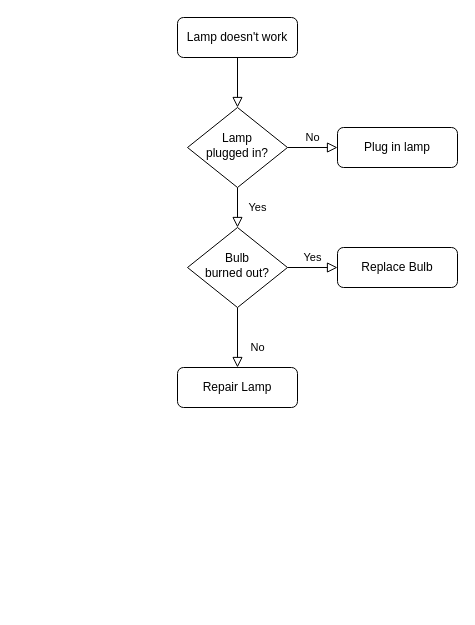
This is hangman.drawio from michaelp584/Misc-Reference-Scripts, a draw.io file, before an edit. Source tidied: cells renumbered, new cells numbered last; positions are measured from the earlier drawing's top-left corner, leaving out a move shared by most shapes. Both pictures are drawn from the tidied source at 100%, with x=0, y=0 at pixel (177, 17).
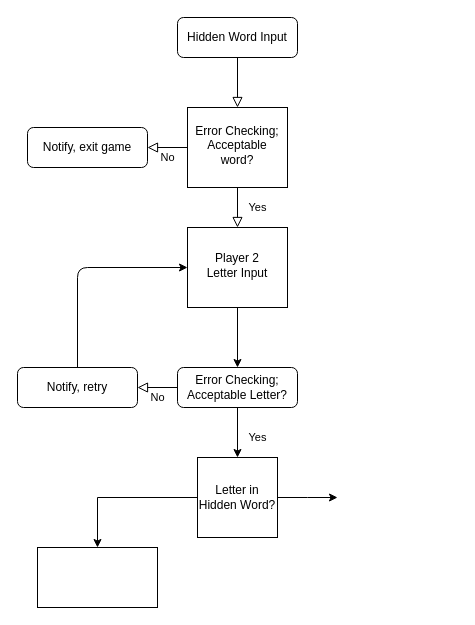
After the change.

The edit, as a diff of the source:
```diff
@@
-    <mxCell id="3" value="Lamp doesn't work" style="rounded=1;whiteSpace=wrap;html=1;fontSize=12;glass=0;strokeWidth=1;shadow=0;" parent="1" vertex="1">
+    <mxCell id="3" value="Hidden Word Input" style="rounded=1;whiteSpace=wrap;html=1;fontSize=12;glass=0;strokeWidth=1;shadow=0;" parent="1" vertex="1">
       <mxGeometry width="120" height="40" as="geometry" />
     </mxCell>
@@
-    <mxCell id="6" value="Lamp&lt;br&gt;plugged in?" style="rhombus;whiteSpace=wrap;html=1;shadow=0;fontFamily=Helvetica;fontSize=12;align=center;strokeWidth=1;spacing=6;spacingTop=-4;" parent="1" vertex="1">
+    <mxCell id="6" value="Error Checking; Acceptable word?" style="square;whiteSpace=wrap;html=1;shadow=0;fontFamily=Helvetica;fontSize=12;align=center;strokeWidth=1;spacing=6;spacingTop=-4;" parent="1" vertex="1">
       <mxGeometry x="10" y="90" width="100" height="80" as="geometry" />
     </mxCell>
-    <mxCell id="7" value="Plug in lamp" style="rounded=1;whiteSpace=wrap;html=1;fontSize=12;glass=0;strokeWidth=1;shadow=0;" parent="1" vertex="1">
-      <mxGeometry x="160" y="110" width="120" height="40" as="geometry" />
+    <mxCell id="7" value="Notify, exit game" style="rounded=1;whiteSpace=wrap;html=1;fontSize=12;glass=0;strokeWidth=1;shadow=0;" parent="1" vertex="1">
+      <mxGeometry x="-150" y="110" width="120" height="40" as="geometry" />
     </mxCell>
-    <mxCell id="8" value="No" style="rounded=0;html=1;jettySize=auto;fontSize=11;endArrow=block;endFill=0;endSize=8;strokeWidth=1;shadow=0;labelBackgroundColor=none;edgeStyle=orthogonalEdgeStyle;" parent="1" edge="1" source="10" target="11">
-      <mxGeometry x="0.33" y="20" relative="1" as="geometry" />
-    </mxCell>
-    <mxCell id="9" value="Yes" style="edgeStyle=orthogonalEdgeStyle;rounded=0;html=1;jettySize=auto;fontSize=11;endArrow=block;endFill=0;endSize=8;strokeWidth=1;shadow=0;labelBackgroundColor=none;" parent="1" edge="1" source="10" target="12">
-      <mxGeometry y="10" relative="1" as="geometry" />
-    </mxCell>
-    <mxCell id="10" value="Bulb&lt;br&gt;burned out?" style="rhombus;whiteSpace=wrap;html=1;shadow=0;fontFamily=Helvetica;fontSize=12;align=center;strokeWidth=1;spacing=6;spacingTop=-4;" parent="1" vertex="1">
+    <mxCell id="10" value="&lt;div&gt;Player 2&lt;/div&gt;&lt;div&gt;Letter Input&lt;br&gt;&lt;/div&gt;" style="square;whiteSpace=wrap;html=1;shadow=0;fontFamily=Helvetica;fontSize=12;align=center;strokeWidth=1;spacing=6;spacingTop=-4;" parent="1" vertex="1">
       <mxGeometry x="10" y="210" width="100" height="80" as="geometry" />
     </mxCell>
-    <mxCell id="11" value="Repair Lamp" style="rounded=1;whiteSpace=wrap;html=1;fontSize=12;glass=0;strokeWidth=1;shadow=0;" parent="1" vertex="1">
+    <mxCell id="11" value="&lt;div&gt;Error Checking; &lt;br&gt;&lt;/div&gt;&lt;div&gt;Acceptable Letter?&lt;/div&gt;" style="rounded=1;whiteSpace=wrap;html=1;fontSize=12;glass=0;strokeWidth=1;shadow=0;" parent="1" vertex="1">
       <mxGeometry y="350" width="120" height="40" as="geometry" />
     </mxCell>
-    <mxCell id="12" value="Replace Bulb" style="rounded=1;whiteSpace=wrap;html=1;fontSize=12;glass=0;strokeWidth=1;shadow=0;" parent="1" vertex="1">
-      <mxGeometry x="160" y="230" width="120" height="40" as="geometry" />
-    </mxCell>
+    <mxCell id="13" style="edgeStyle=orthogonalEdgeStyle;rounded=0;jettySize=auto;html=1;" parent="1" edge="1" source="15" target="19">
+      <mxGeometry relative="1" as="geometry" />
+    </mxCell>
+    <mxCell id="14" style="edgeStyle=orthogonalEdgeStyle;rounded=0;jettySize=auto;html=1;exitX=1;exitY=0.5;exitDx=0;exitDy=0;" parent="1" edge="1" source="15">
+      <mxGeometry relative="1" as="geometry">
+        <mxPoint x="160" y="480" as="targetPoint" />
+      </mxGeometry>
+    </mxCell>
+    <mxCell id="15" value="Letter in Hidden Word?" style="whiteSpace=wrap;html=1;" parent="1" vertex="1">
+      <mxGeometry x="20" y="440" width="80" height="80" as="geometry" />
+    </mxCell>
+    <mxCell id="16" style="endArrow=classic;html=1;exitX=0.5;exitY=1;exitDx=0;exitDy=0;entryX=0.5;entryY=0;entryDx=0;entryDy=0;" parent="1" edge="1" source="10" target="11">
+      <mxGeometry relative="1" as="geometry" />
+    </mxCell>
+    <mxCell id="17" value="&lt;div&gt;Notify, retry&lt;/div&gt;" style="rounded=1;whiteSpace=wrap;html=1;fontSize=12;glass=0;strokeWidth=1;shadow=0;" parent="1" vertex="1">
+      <mxGeometry x="-160" y="350" width="120" height="40" as="geometry" />
+    </mxCell>
+    <mxCell id="8" value="No" style="edgeStyle=orthogonalEdgeStyle;rounded=0;html=1;jettySize=auto;fontSize=11;endArrow=block;endFill=0;endSize=8;strokeWidth=1;shadow=0;labelBackgroundColor=none;exitX=0;exitY=0.5;exitDx=0;exitDy=0;entryX=1;entryY=0.5;entryDx=0;entryDy=0;" parent="1" edge="1" source="11" target="17">
+      <mxGeometry y="10" relative="1" as="geometry" />
+    </mxCell>
+    <mxCell id="18" style="endArrow=classic;html=1;exitX=0.5;exitY=0;exitDx=0;exitDy=0;entryX=0;entryY=0.5;entryDx=0;entryDy=0;" parent="1" edge="1" source="17" target="10">
+      <mxGeometry relative="1" as="geometry">
+        <Array as="points">
+          <mxPoint x="-100" y="250" />
+        </Array>
+      </mxGeometry>
+    </mxCell>
+    <mxCell id="9" value="&lt;div&gt;Yes&lt;/div&gt;" style="endArrow=classic;html=1;exitX=0.5;exitY=1;exitDx=0;exitDy=0;" parent="1" edge="1" source="11" target="15">
+      <mxGeometry x="0.2" y="20" relative="1" as="geometry" />
+    </mxCell>
+    <mxCell id="19" style="whiteSpace=wrap;html=1;" parent="1" vertex="1">
+      <mxGeometry x="-140" y="530" width="120" height="60" as="geometry" />
+    </mxCell>
```
